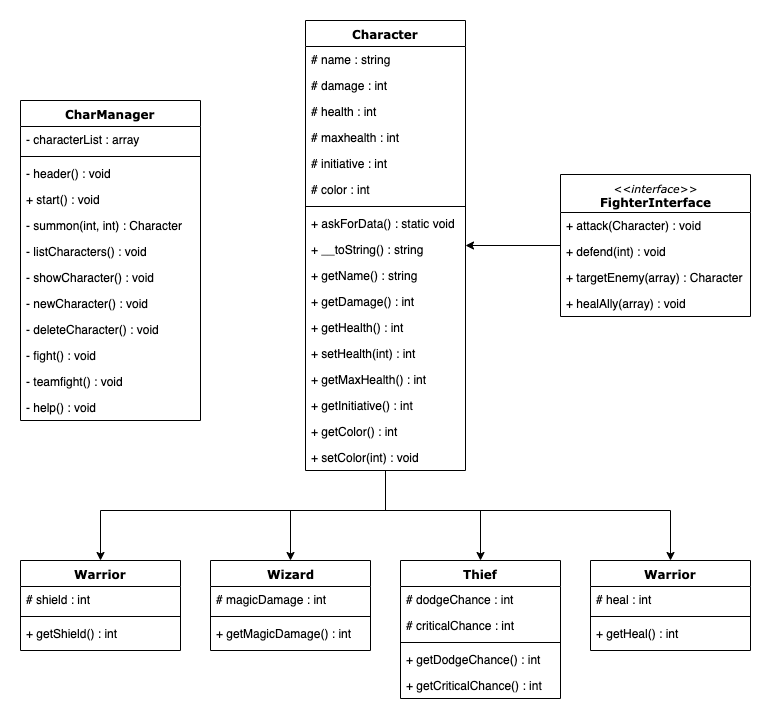
This is class_diagram.png from 3rgo/CodingFactory_CharacterManager, a draw.io export, as it was before one commit. Source tidied: cells renumbered, new cells last; positions are measured from the earlier drawing's top-left corner, leaving out a move shared by most shapes.
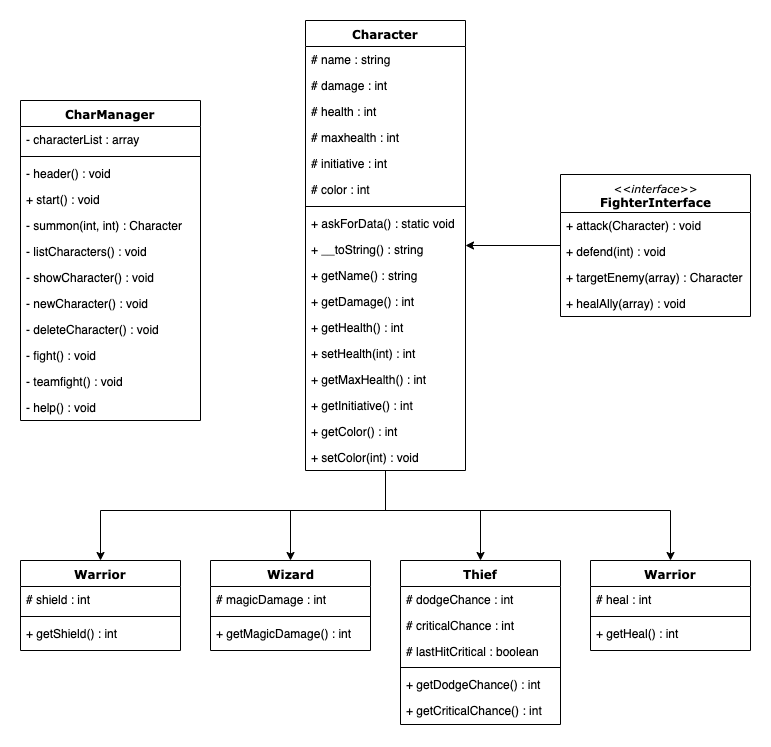
After the commit.

Commit message:
Updates class diagram to include new boolean on thief class

Diff of the diagram source:
```diff
@@ -170,7 +170,7 @@
       <mxGeometry y="60" width="160" height="26" as="geometry" />
     </mxCell>
     <mxCell id="51" value="Thief" style="swimlane;html=1;fontStyle=1;align=center;verticalAlign=top;horizontal=1;startSize=26;swimlaneFillColor=#ffffff;rounded=0;shadow=0;comic=0;labelBackgroundColor=none;strokeWidth=1;fillColor=none;fontFamily=Verdana;fontSize=12;" parent="1" vertex="1">
-      <mxGeometry x="380" y="540" width="160" height="138" as="geometry" />
+      <mxGeometry x="380" y="540" width="160" height="164" as="geometry" />
     </mxCell>
     <mxCell id="52" value="# dodgeChance : int" style="text;html=1;strokeColor=none;fillColor=none;align=left;verticalAlign=top;spacingLeft=4;spacingRight=4;whiteSpace=wrap;overflow=hidden;" parent="51" vertex="1">
       <mxGeometry y="26" width="160" height="26" as="geometry" />
@@ -178,14 +178,17 @@
     <mxCell id="53" value="# criticalChance : int" style="text;html=1;strokeColor=none;fillColor=none;align=left;verticalAlign=top;spacingLeft=4;spacingRight=4;whiteSpace=wrap;overflow=hidden;" parent="51" vertex="1">
       <mxGeometry y="52" width="160" height="26" as="geometry" />
     </mxCell>
+    <mxCell id="61" value="# lastHitCritical : boolean" style="text;html=1;strokeColor=none;fillColor=none;align=left;verticalAlign=top;spacingLeft=4;spacingRight=4;whiteSpace=wrap;overflow=hidden;" parent="51" vertex="1">
+      <mxGeometry y="78" width="160" height="25" as="geometry" />
+    </mxCell>
     <mxCell id="54" style="line;html=1;strokeWidth=1;fillColor=none;align=left;verticalAlign=middle;spacingTop=-1;spacingLeft=3;spacingRight=3;labelPosition=right;" parent="51" vertex="1">
-      <mxGeometry y="78" width="160" height="8" as="geometry" />
+      <mxGeometry y="103" width="160" height="8" as="geometry" />
     </mxCell>
     <mxCell id="55" value="+ getDodgeChance() : int" style="text;html=1;strokeColor=none;fillColor=none;align=left;verticalAlign=top;spacingLeft=4;spacingRight=4;whiteSpace=wrap;overflow=hidden;" parent="51" vertex="1">
-      <mxGeometry y="86" width="160" height="26" as="geometry" />
+      <mxGeometry y="111" width="160" height="26" as="geometry" />
     </mxCell>
     <mxCell id="56" value="+ getCriticalChance() : int" style="text;html=1;strokeColor=none;fillColor=none;align=left;verticalAlign=top;spacingLeft=4;spacingRight=4;whiteSpace=wrap;overflow=hidden;" parent="51" vertex="1">
-      <mxGeometry y="112" width="160" height="26" as="geometry" />
+      <mxGeometry y="137" width="160" height="26" as="geometry" />
     </mxCell>
     <mxCell id="57" value="Warrior" style="swimlane;html=1;fontStyle=1;align=center;verticalAlign=top;horizontal=1;startSize=26;swimlaneFillColor=#ffffff;rounded=0;shadow=0;comic=0;labelBackgroundColor=none;strokeWidth=1;fillColor=none;fontFamily=Verdana;fontSize=12;" parent="1" vertex="1">
       <mxGeometry x="570" y="540" width="160" height="90" as="geometry" />
```
